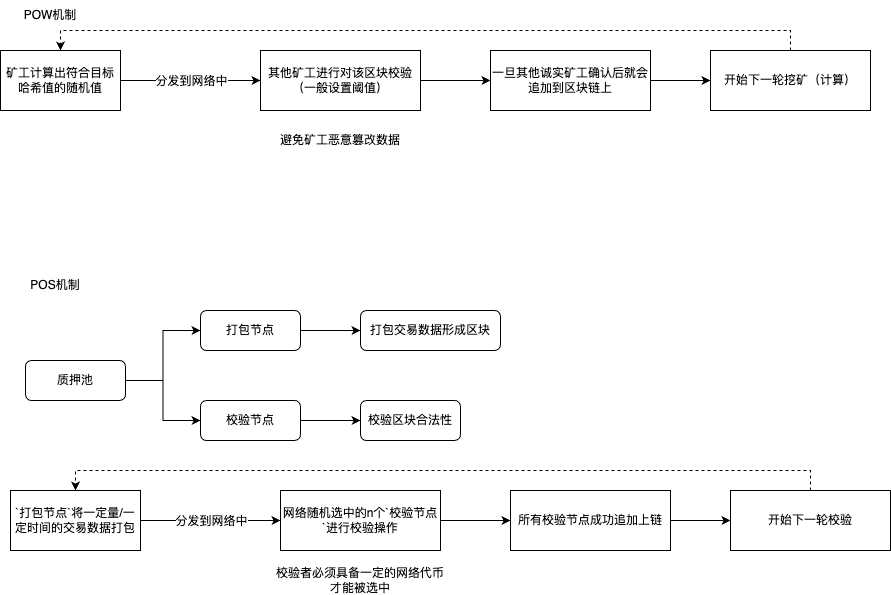
Before: 区块链:POW/POS机制.drawio.png, a diagram exported from draw.io (JYbill/draw). Source tidied: cells renumbered, new cells last; positions are measured from the earlier drawing's top-left corner, leaving out a move shared by most shapes. Its diagram source:
```xml
<mxGraphModel>
  <root>
    <mxCell id="0" />
    <mxCell id="1" parent="0" />
    <mxCell id="2" style="edgeStyle=orthogonalEdgeStyle;rounded=0;jettySize=auto;html=1;exitX=1;exitY=0.5;exitDx=0;exitDy=0;entryX=0;entryY=0.5;entryDx=0;entryDy=0;" parent="1" edge="1" source="4" target="7">
      <mxGeometry relative="1" as="geometry" />
    </mxCell>
    <mxCell id="3" value="分发到网络中" style="edgeLabel;html=1;align=center;verticalAlign=middle;" parent="2" vertex="1">
      <mxGeometry x="-0.29" y="1" relative="1" as="geometry">
        <mxPoint x="20" y="1" as="offset" />
      </mxGeometry>
    </mxCell>
    <mxCell id="4" value="矿工计算出符合目标哈希值的随机值" style="rounded=0;whiteSpace=wrap;html=1;" parent="1" vertex="1">
      <mxGeometry y="50" width="120" height="60" as="geometry" />
    </mxCell>
    <mxCell id="5" value="POW机制" style="text;html=1;strokeColor=none;fillColor=none;align=center;verticalAlign=middle;whiteSpace=wrap;rounded=0;" parent="1" vertex="1">
      <mxGeometry x="20" width="60" height="30" as="geometry" />
    </mxCell>
    <mxCell id="6" style="edgeStyle=orthogonalEdgeStyle;rounded=0;jettySize=auto;html=1;exitX=1;exitY=0.5;exitDx=0;exitDy=0;" parent="1" edge="1" source="7" target="10">
      <mxGeometry relative="1" as="geometry" />
    </mxCell>
    <mxCell id="7" value="其他矿工进行对该区块校验（一般设置阈值）" style="rounded=0;whiteSpace=wrap;html=1;" parent="1" vertex="1">
      <mxGeometry x="260" y="50" width="160" height="60" as="geometry" />
    </mxCell>
    <mxCell id="8" value="避免矿工恶意篡改数据" style="text;html=1;strokeColor=none;fillColor=none;align=center;verticalAlign=middle;whiteSpace=wrap;rounded=0;" parent="1" vertex="1">
      <mxGeometry x="250" y="130" width="180" height="20" as="geometry" />
    </mxCell>
    <mxCell id="9" style="edgeStyle=orthogonalEdgeStyle;rounded=0;jettySize=auto;html=1;exitX=1;exitY=0.5;exitDx=0;exitDy=0;" parent="1" edge="1" source="10" target="12">
      <mxGeometry relative="1" as="geometry" />
    </mxCell>
    <mxCell id="10" value="一旦其他诚实矿工确认后就会追加到区块链上" style="rounded=0;whiteSpace=wrap;html=1;" parent="1" vertex="1">
      <mxGeometry x="490" y="50" width="160" height="60" as="geometry" />
    </mxCell>
    <mxCell id="11" style="edgeStyle=orthogonalEdgeStyle;rounded=0;jettySize=auto;html=1;exitX=0.5;exitY=0;exitDx=0;exitDy=0;entryX=0.5;entryY=0;entryDx=0;entryDy=0;dashed=1;" parent="1" edge="1" source="12" target="4">
      <mxGeometry relative="1" as="geometry" />
    </mxCell>
    <mxCell id="12" value="开始下一轮挖矿（计算）" style="rounded=0;whiteSpace=wrap;html=1;" parent="1" vertex="1">
      <mxGeometry x="710" y="50" width="160" height="60" as="geometry" />
    </mxCell>
    <mxCell id="13" style="edgeStyle=orthogonalEdgeStyle;rounded=0;jettySize=auto;html=1;exitX=1;exitY=0.5;exitDx=0;exitDy=0;entryX=0;entryY=0.5;entryDx=0;entryDy=0;" parent="1" edge="1" source="15" target="18">
      <mxGeometry relative="1" as="geometry" />
    </mxCell>
    <mxCell id="14" value="分发到网络中" style="edgeLabel;html=1;align=center;verticalAlign=middle;" parent="13" vertex="1">
      <mxGeometry x="-0.29" y="1" relative="1" as="geometry">
        <mxPoint x="20" y="1" as="offset" />
      </mxGeometry>
    </mxCell>
    <mxCell id="15" value="`打包节点`将一定量/一定时间的交易数据打包" style="rounded=0;whiteSpace=wrap;html=1;" parent="1" vertex="1">
      <mxGeometry x="10" y="490" width="130" height="60" as="geometry" />
    </mxCell>
    <mxCell id="16" value="POS机制" style="text;html=1;strokeColor=none;fillColor=none;align=center;verticalAlign=middle;whiteSpace=wrap;rounded=0;" parent="1" vertex="1">
      <mxGeometry x="25" y="270" width="60" height="30" as="geometry" />
    </mxCell>
    <mxCell id="17" style="edgeStyle=orthogonalEdgeStyle;rounded=0;jettySize=auto;html=1;exitX=1;exitY=0.5;exitDx=0;exitDy=0;" parent="1" edge="1" source="18" target="21">
      <mxGeometry relative="1" as="geometry" />
    </mxCell>
    <mxCell id="18" value="网络随机选中的n个`校验节点`进行校验操作" style="rounded=0;whiteSpace=wrap;html=1;" parent="1" vertex="1">
      <mxGeometry x="280" y="490" width="160" height="60" as="geometry" />
    </mxCell>
    <mxCell id="19" value="校验者必须具备一定的网络代币才能被选中" style="text;html=1;strokeColor=none;fillColor=none;align=center;verticalAlign=middle;whiteSpace=wrap;rounded=0;" parent="1" vertex="1">
      <mxGeometry x="270" y="570" width="180" height="20" as="geometry" />
    </mxCell>
    <mxCell id="20" style="edgeStyle=orthogonalEdgeStyle;rounded=0;jettySize=auto;html=1;exitX=1;exitY=0.5;exitDx=0;exitDy=0;" parent="1" edge="1" source="21" target="23">
      <mxGeometry relative="1" as="geometry" />
    </mxCell>
    <mxCell id="21" value="所有校验节点成功追加上链" style="rounded=0;whiteSpace=wrap;html=1;" parent="1" vertex="1">
      <mxGeometry x="510" y="490" width="160" height="60" as="geometry" />
    </mxCell>
    <mxCell id="22" style="edgeStyle=orthogonalEdgeStyle;rounded=0;jettySize=auto;html=1;exitX=0.5;exitY=0;exitDx=0;exitDy=0;entryX=0.5;entryY=0;entryDx=0;entryDy=0;dashed=1;" parent="1" edge="1" source="23" target="15">
      <mxGeometry relative="1" as="geometry" />
    </mxCell>
    <mxCell id="23" value="开始下一轮校验" style="rounded=0;whiteSpace=wrap;html=1;" parent="1" vertex="1">
      <mxGeometry x="730" y="490" width="160" height="60" as="geometry" />
    </mxCell>
    <mxCell id="24" style="edgeStyle=orthogonalEdgeStyle;rounded=0;jettySize=auto;html=1;exitX=1;exitY=0.5;exitDx=0;exitDy=0;entryX=0;entryY=0.5;entryDx=0;entryDy=0;" parent="1" edge="1" source="26" target="28">
      <mxGeometry relative="1" as="geometry" />
    </mxCell>
    <mxCell id="25" style="edgeStyle=orthogonalEdgeStyle;rounded=0;jettySize=auto;html=1;exitX=1;exitY=0.5;exitDx=0;exitDy=0;entryX=0;entryY=0.5;entryDx=0;entryDy=0;" parent="1" edge="1" source="26" target="30">
      <mxGeometry relative="1" as="geometry" />
    </mxCell>
    <mxCell id="26" value="质押池" style="rounded=1;whiteSpace=wrap;html=1;" parent="1" vertex="1">
      <mxGeometry x="25" y="360" width="100" height="40" as="geometry" />
    </mxCell>
    <mxCell id="27" style="edgeStyle=orthogonalEdgeStyle;rounded=0;jettySize=auto;html=1;exitX=1;exitY=0.5;exitDx=0;exitDy=0;" parent="1" edge="1" source="28" target="31">
      <mxGeometry relative="1" as="geometry" />
    </mxCell>
    <mxCell id="28" value="打包节点" style="rounded=1;whiteSpace=wrap;html=1;" parent="1" vertex="1">
      <mxGeometry x="200" y="310" width="100" height="40" as="geometry" />
    </mxCell>
    <mxCell id="29" style="edgeStyle=orthogonalEdgeStyle;rounded=0;jettySize=auto;html=1;exitX=1;exitY=0.5;exitDx=0;exitDy=0;entryX=0;entryY=0.5;entryDx=0;entryDy=0;" parent="1" edge="1" source="30" target="32">
      <mxGeometry relative="1" as="geometry" />
    </mxCell>
    <mxCell id="30" value="校验节点" style="rounded=1;whiteSpace=wrap;html=1;" parent="1" vertex="1">
      <mxGeometry x="200" y="400" width="100" height="40" as="geometry" />
    </mxCell>
    <mxCell id="31" value="打包交易数据形成区块" style="rounded=1;whiteSpace=wrap;html=1;" parent="1" vertex="1">
      <mxGeometry x="360" y="310" width="140" height="40" as="geometry" />
    </mxCell>
    <mxCell id="32" value="校验区块合法性" style="rounded=1;whiteSpace=wrap;html=1;" parent="1" vertex="1">
      <mxGeometry x="360" y="400" width="100" height="40" as="geometry" />
    </mxCell>
  </root>
</mxGraphModel>
```
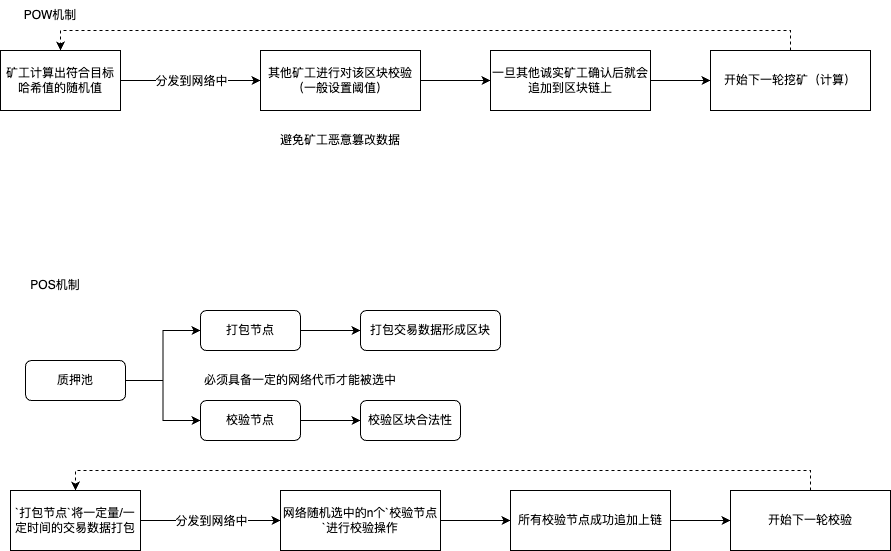
Above is the later version.

Change to the diagram source:
```diff
@@ -57,8 +57,8 @@
     <mxCell id="18" value="网络随机选中的n个`校验节点`进行校验操作" style="rounded=0;whiteSpace=wrap;html=1;" parent="1" vertex="1">
       <mxGeometry x="280" y="490" width="160" height="60" as="geometry" />
     </mxCell>
-    <mxCell id="19" value="校验者必须具备一定的网络代币才能被选中" style="text;html=1;strokeColor=none;fillColor=none;align=center;verticalAlign=middle;whiteSpace=wrap;rounded=0;" parent="1" vertex="1">
-      <mxGeometry x="270" y="570" width="180" height="20" as="geometry" />
+    <mxCell id="19" value="必须具备一定的网络代币才能被选中" style="text;html=1;strokeColor=none;fillColor=none;align=center;verticalAlign=middle;whiteSpace=wrap;rounded=0;" parent="1" vertex="1">
+      <mxGeometry x="190" y="370" width="220" height="20" as="geometry" />
     </mxCell>
     <mxCell id="20" style="edgeStyle=orthogonalEdgeStyle;rounded=0;jettySize=auto;html=1;exitX=1;exitY=0.5;exitDx=0;exitDy=0;" parent="1" edge="1" source="21" target="23">
       <mxGeometry relative="1" as="geometry" />
```
